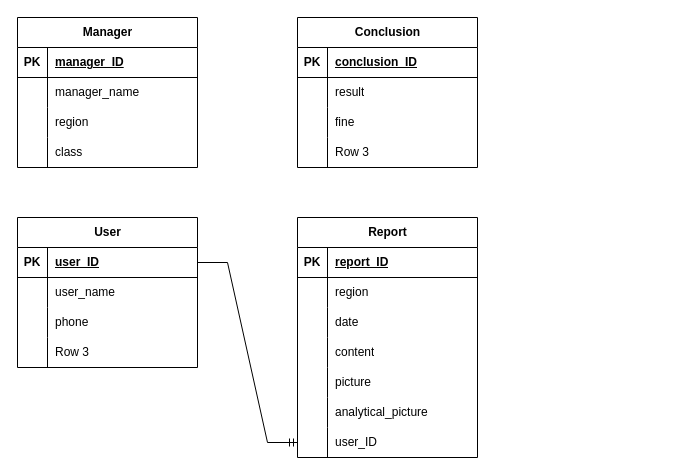
This is Kyonggi Traffic Solution.drawio from ParkerQH/Kyonggi-Traffic-Solution_Web, a draw.io file, before an edit. Source tidied: cells renumbered, new cells numbered last; positions are measured from the earlier drawing's top-left corner, leaving out a move shared by most shapes. Both pictures are drawn from the tidied source at 100%, with x=0, y=0 at pixel (17, 17).
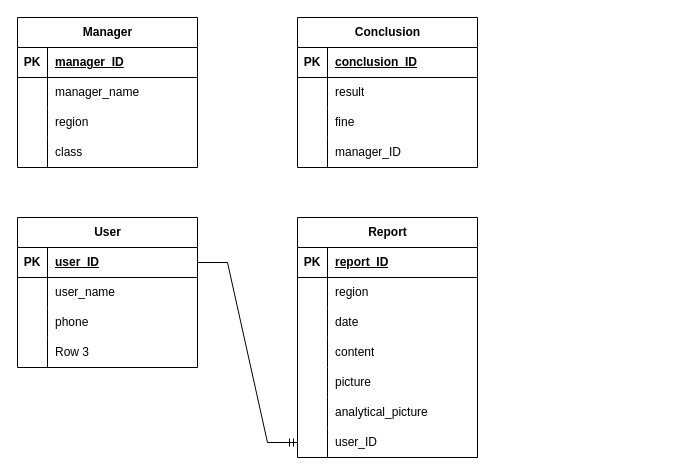
After the change.

Unchanged cells that the change refers to:
```xml
<mxCell id="63" style="shape=tableRow;horizontal=0;startSize=0;swimlaneHead=0;swimlaneBody=0;fillColor=none;top=0;left=0;right=0;bottom=0;" parent="53" vertex="1">
  <mxGeometry y="120" width="180" height="30" as="geometry" />
</mxCell>
```

Change to the diagram source:
```diff
@@
-    <mxCell id="65" value="Row 3" style="shape=partialRectangle;fillColor=none;top=0;left=0;bottom=0;right=0;align=left;spacingLeft=6;overflow=hidden;whiteSpace=wrap;html=1;" parent="63" vertex="1">
+    <mxCell id="65" value="manager_ID" style="shape=partialRectangle;fillColor=none;top=0;left=0;bottom=0;right=0;align=left;spacingLeft=6;overflow=hidden;whiteSpace=wrap;html=1;" parent="63" vertex="1">
       <mxGeometry x="30" width="150" height="30" as="geometry" />
     </mxCell>
```
